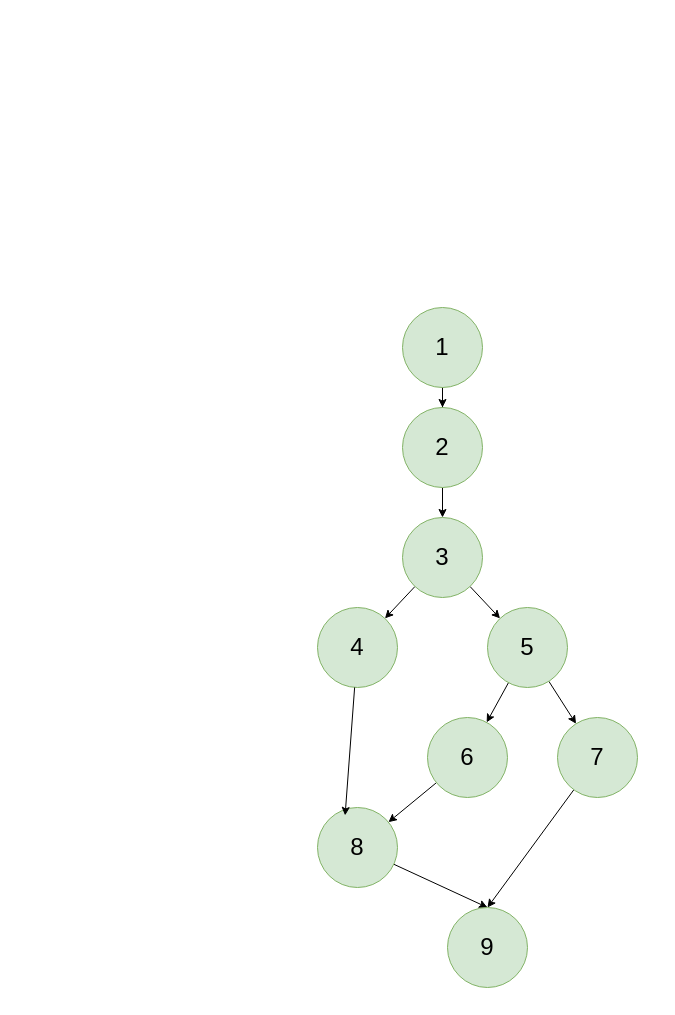
Earlier version of the draw.io diagram page "validasi input" (1 of 5) of bpt testing.drawio (ThikerXCX/umltoko). Source tidied: cells renumbered, new cells numbered last; positions are measured from the earlier drawing's top-left corner, leaving out a move shared by most shapes. Both pictures are drawn from the tidied source at 100%, with x=0, y=0 at pixel (317, 307).
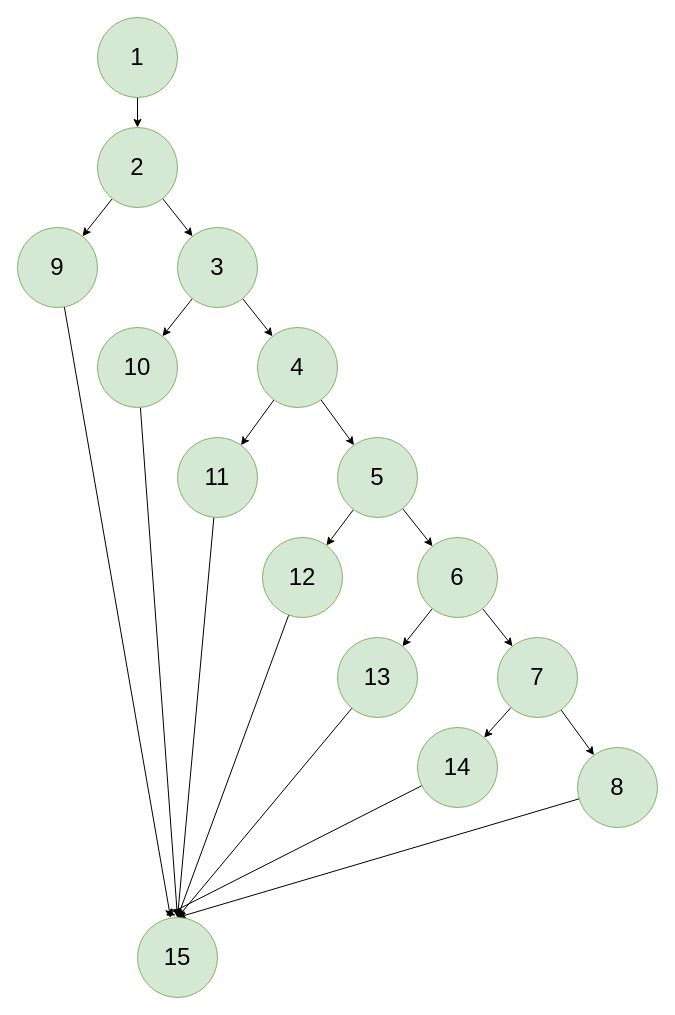
After the change.

The edit, as a diff of the source:
```diff
@@
+    <mxCell id="3" style="edgeStyle=orthogonalEdgeStyle;rounded=0;jettySize=auto;html=1;startArrow=classic;startFill=1;endArrow=none;endFill=0;" parent="1" edge="1" source="4" target="16">
+      <mxGeometry relative="1" as="geometry" />
+    </mxCell>
+    <mxCell id="21" style="rounded=0;jettySize=auto;html=1;" parent="1" edge="1" source="4" target="20">
+      <mxGeometry relative="1" as="geometry" />
+    </mxCell>
-    <mxCell id="2" style="edgeStyle=orthogonalEdgeStyle;rounded=0;jettySize=auto;html=1;" parent="1" edge="1" source="4" target="7">
+    <mxCell id="2" style="rounded=0;jettySize=auto;html=1;" parent="1" edge="1" source="4" target="7">
       <mxGeometry relative="1" as="geometry" />
     </mxCell>
-    <mxCell id="3" style="edgeStyle=orthogonalEdgeStyle;rounded=0;jettySize=auto;html=1;startArrow=classic;startFill=1;endArrow=none;endFill=0;" parent="1" edge="1" source="4" target="16">
-      <mxGeometry relative="1" as="geometry" />
-    </mxCell>
     <mxCell id="4" value="&lt;font style=&quot;font-size: 24px;&quot;&gt;2&lt;/font&gt;" style="ellipse;whiteSpace=wrap;html=1;fillColor=#d5e8d4;strokeColor=#82b366;" parent="1" vertex="1">
-      <mxGeometry x="85" y="100" width="80" height="80" as="geometry" />
+      <mxGeometry x="-220" y="-180" width="80" height="80" as="geometry" />
     </mxCell>
+    <mxCell id="16" value="&lt;font style=&quot;font-size: 24px;&quot;&gt;1&lt;/font&gt;" style="ellipse;whiteSpace=wrap;html=1;fillColor=#d5e8d4;strokeColor=#82b366;" parent="1" vertex="1">
+      <mxGeometry x="-220" y="-290" width="80" height="80" as="geometry" />
+    </mxCell>
+    <mxCell id="22" style="rounded=0;jettySize=auto;html=1;" parent="1" edge="1" source="20" target="42">
+      <mxGeometry relative="1" as="geometry" />
+    </mxCell>
+    <mxCell id="20" value="&lt;font style=&quot;font-size: 24px;&quot;&gt;9&lt;/font&gt;" style="ellipse;whiteSpace=wrap;html=1;fillColor=#d5e8d4;strokeColor=#82b366;" parent="1" vertex="1">
+      <mxGeometry x="-300" y="-80" width="80" height="80" as="geometry" />
+    </mxCell>
@@
-    <mxCell id="6" style="rounded=0;jettySize=auto;html=1;" parent="1" edge="1" source="7" target="11">
-      <mxGeometry relative="1" as="geometry" />
-    </mxCell>
+    <mxCell id="23" style="rounded=0;jettySize=auto;html=1;" parent="1" edge="1" source="7" target="27">
+      <mxGeometry relative="1" as="geometry" />
+    </mxCell>
-    <mxCell id="7" value="&lt;font style=&quot;font-size: 24px;&quot;&gt;3&lt;/font&gt;" style="ellipse;whiteSpace=wrap;html=1;fillColor=#d5e8d4;strokeColor=#82b366;" parent="1" vertex="1">
-      <mxGeometry x="85" y="210" width="80" height="80" as="geometry" />
+    <mxCell id="7" value="&lt;span style=&quot;font-size: 24px;&quot;&gt;3&lt;/span&gt;" style="ellipse;whiteSpace=wrap;html=1;fillColor=#d5e8d4;strokeColor=#82b366;" parent="1" vertex="1">
+      <mxGeometry x="-140" y="-80" width="80" height="80" as="geometry" />
     </mxCell>
+    <mxCell id="24" style="rounded=0;jettySize=auto;html=1;" parent="1" edge="1" source="8" target="11">
+      <mxGeometry relative="1" as="geometry" />
+    </mxCell>
+    <mxCell id="25" style="rounded=0;jettySize=auto;html=1;" parent="1" edge="1" source="8" target="35">
+      <mxGeometry relative="1" as="geometry" />
+    </mxCell>
-    <mxCell id="8" value="&lt;font style=&quot;font-size: 24px;&quot;&gt;4&lt;/font&gt;" style="ellipse;whiteSpace=wrap;html=1;fillColor=#d5e8d4;strokeColor=#82b366;" parent="1" vertex="1">
-      <mxGeometry y="300" width="80" height="80" as="geometry" />
+    <mxCell id="8" value="&lt;span style=&quot;font-size: 24px;&quot;&gt;4&lt;/span&gt;" style="ellipse;whiteSpace=wrap;html=1;fillColor=#d5e8d4;strokeColor=#82b366;" parent="1" vertex="1">
+      <mxGeometry x="-60" y="20" width="80" height="80" as="geometry" />
     </mxCell>
+    <mxCell id="26" style="rounded=0;jettySize=auto;html=1;entryX=0.5;entryY=0;entryDx=0;entryDy=0;" parent="1" edge="1" source="27" target="42">
+      <mxGeometry relative="1" as="geometry" />
+    </mxCell>
+    <mxCell id="27" value="&lt;span style=&quot;font-size: 24px;&quot;&gt;10&lt;/span&gt;" style="ellipse;whiteSpace=wrap;html=1;fillColor=#d5e8d4;strokeColor=#82b366;" parent="1" vertex="1">
+      <mxGeometry x="-220" y="20" width="80" height="80" as="geometry" />
+    </mxCell>
@@
-    <mxCell id="10" style="rounded=0;jettySize=auto;html=1;" parent="1" edge="1" source="11" target="15">
-      <mxGeometry relative="1" as="geometry" />
-    </mxCell>
+    <mxCell id="28" style="rounded=0;jettySize=auto;html=1;" parent="1" edge="1" source="11" target="37">
+      <mxGeometry relative="1" as="geometry" />
+    </mxCell>
-    <mxCell id="11" value="&lt;font style=&quot;font-size: 24px;&quot;&gt;5&lt;/font&gt;" style="ellipse;whiteSpace=wrap;html=1;fillColor=#d5e8d4;strokeColor=#82b366;" parent="1" vertex="1">
-      <mxGeometry x="170" y="300" width="80" height="80" as="geometry" />
+    <mxCell id="11" value="&lt;span style=&quot;font-size: 24px;&quot;&gt;5&lt;/span&gt;" style="ellipse;whiteSpace=wrap;html=1;fillColor=#d5e8d4;strokeColor=#82b366;" parent="1" vertex="1">
+      <mxGeometry x="20" y="130" width="80" height="80" as="geometry" />
     </mxCell>
-    <mxCell id="12" style="rounded=0;jettySize=auto;html=1;" parent="1" edge="1" source="13" target="18">
-      <mxGeometry relative="1" as="geometry" />
-    </mxCell>
+    <mxCell id="29" style="rounded=0;jettySize=auto;html=1;" parent="1" edge="1" source="13" target="15">
+      <mxGeometry relative="1" as="geometry" />
+    </mxCell>
+    <mxCell id="30" style="rounded=0;jettySize=auto;html=1;" parent="1" edge="1" source="13" target="39">
+      <mxGeometry relative="1" as="geometry" />
+    </mxCell>
-    <mxCell id="13" value="&lt;font style=&quot;font-size: 24px;&quot;&gt;6&lt;/font&gt;" style="ellipse;whiteSpace=wrap;html=1;fillColor=#d5e8d4;strokeColor=#82b366;" parent="1" vertex="1">
-      <mxGeometry x="110" y="410" width="80" height="80" as="geometry" />
+    <mxCell id="13" value="&lt;span style=&quot;font-size: 24px;&quot;&gt;6&lt;/span&gt;" style="ellipse;whiteSpace=wrap;html=1;fillColor=#d5e8d4;strokeColor=#82b366;" parent="1" vertex="1">
+      <mxGeometry x="100" y="230" width="80" height="80" as="geometry" />
     </mxCell>
-    <mxCell id="14" style="rounded=0;jettySize=auto;html=1;entryX=0.5;entryY=0;entryDx=0;entryDy=0;" parent="1" edge="1" source="15" target="20">
-      <mxGeometry relative="1" as="geometry" />
-    </mxCell>
+    <mxCell id="31" style="rounded=0;jettySize=auto;html=1;" parent="1" edge="1" source="15" target="18">
+      <mxGeometry relative="1" as="geometry" />
+    </mxCell>
+    <mxCell id="32" style="rounded=0;jettySize=auto;html=1;" parent="1" edge="1" source="15" target="41">
+      <mxGeometry relative="1" as="geometry" />
+    </mxCell>
-    <mxCell id="15" value="&lt;font style=&quot;font-size: 24px;&quot;&gt;7&lt;/font&gt;" style="ellipse;whiteSpace=wrap;html=1;fillColor=#d5e8d4;strokeColor=#82b366;" parent="1" vertex="1">
-      <mxGeometry x="240" y="410" width="80" height="80" as="geometry" />
+    <mxCell id="15" value="&lt;span style=&quot;font-size: 24px;&quot;&gt;7&lt;/span&gt;" style="ellipse;whiteSpace=wrap;html=1;fillColor=#d5e8d4;strokeColor=#82b366;" parent="1" vertex="1">
+      <mxGeometry x="180" y="330" width="80" height="80" as="geometry" />
     </mxCell>
-    <mxCell id="16" value="&lt;font style=&quot;font-size: 24px;&quot;&gt;1&lt;/font&gt;" style="ellipse;whiteSpace=wrap;html=1;fillColor=#d5e8d4;strokeColor=#82b366;" parent="1" vertex="1">
-      <mxGeometry x="85" width="80" height="80" as="geometry" />
-    </mxCell>
-    <mxCell id="17" style="rounded=0;jettySize=auto;html=1;entryX=0.5;entryY=0;entryDx=0;entryDy=0;" parent="1" edge="1" source="18" target="20">
-      <mxGeometry relative="1" as="geometry" />
-    </mxCell>
+    <mxCell id="33" style="rounded=0;jettySize=auto;html=1;entryX=0.5;entryY=0;entryDx=0;entryDy=0;" parent="1" edge="1" source="18" target="42">
+      <mxGeometry relative="1" as="geometry" />
+    </mxCell>
-    <mxCell id="18" value="&lt;font style=&quot;font-size: 24px;&quot;&gt;8&lt;/font&gt;" style="ellipse;whiteSpace=wrap;html=1;fillColor=#d5e8d4;strokeColor=#82b366;" parent="1" vertex="1">
-      <mxGeometry y="500" width="80" height="80" as="geometry" />
+    <mxCell id="18" value="&lt;span style=&quot;font-size: 24px;&quot;&gt;8&lt;/span&gt;" style="ellipse;whiteSpace=wrap;html=1;fillColor=#d5e8d4;strokeColor=#82b366;" parent="1" vertex="1">
+      <mxGeometry x="260" y="440" width="80" height="80" as="geometry" />
     </mxCell>
-    <mxCell id="19" style="rounded=0;jettySize=auto;html=1;entryX=0.345;entryY=0.099;entryDx=0;entryDy=0;entryPerimeter=0;" parent="1" edge="1" source="8" target="18">
-      <mxGeometry relative="1" as="geometry" />
-    </mxCell>
-    <mxCell id="20" value="&lt;span style=&quot;font-size: 24px;&quot;&gt;9&lt;/span&gt;" style="ellipse;whiteSpace=wrap;html=1;fillColor=#d5e8d4;strokeColor=#82b366;" parent="1" vertex="1">
-      <mxGeometry x="130" y="600" width="80" height="80" as="geometry" />
-    </mxCell>
+    <mxCell id="34" style="rounded=0;jettySize=auto;html=1;entryX=0.5;entryY=0;entryDx=0;entryDy=0;" parent="1" edge="1" source="35" target="42">
+      <mxGeometry relative="1" as="geometry" />
+    </mxCell>
+    <mxCell id="35" value="&lt;span style=&quot;font-size: 24px;&quot;&gt;11&lt;/span&gt;" style="ellipse;whiteSpace=wrap;html=1;fillColor=#d5e8d4;strokeColor=#82b366;" parent="1" vertex="1">
+      <mxGeometry x="-140" y="130" width="80" height="80" as="geometry" />
+    </mxCell>
+    <mxCell id="36" style="rounded=0;jettySize=auto;html=1;entryX=0.5;entryY=0;entryDx=0;entryDy=0;" parent="1" edge="1" source="37" target="42">
+      <mxGeometry relative="1" as="geometry" />
+    </mxCell>
+    <mxCell id="37" value="&lt;span style=&quot;font-size: 24px;&quot;&gt;12&lt;/span&gt;" style="ellipse;whiteSpace=wrap;html=1;fillColor=#d5e8d4;strokeColor=#82b366;" parent="1" vertex="1">
+      <mxGeometry x="-55" y="230" width="80" height="80" as="geometry" />
+    </mxCell>
+    <mxCell id="38" style="rounded=0;jettySize=auto;html=1;entryX=0.5;entryY=0;entryDx=0;entryDy=0;" parent="1" edge="1" source="39" target="42">
+      <mxGeometry relative="1" as="geometry" />
+    </mxCell>
+    <mxCell id="39" value="&lt;span style=&quot;font-size: 24px;&quot;&gt;13&lt;/span&gt;" style="ellipse;whiteSpace=wrap;html=1;fillColor=#d5e8d4;strokeColor=#82b366;" parent="1" vertex="1">
+      <mxGeometry x="20" y="330" width="80" height="80" as="geometry" />
+    </mxCell>
+    <mxCell id="40" style="rounded=0;jettySize=auto;html=1;entryX=0.354;entryY=-0.024;entryDx=0;entryDy=0;entryPerimeter=0;" parent="1" edge="1" source="41" target="42">
+      <mxGeometry relative="1" as="geometry" />
+    </mxCell>
+    <mxCell id="41" value="&lt;span style=&quot;font-size: 24px;&quot;&gt;14&lt;/span&gt;" style="ellipse;whiteSpace=wrap;html=1;fillColor=#d5e8d4;strokeColor=#82b366;" parent="1" vertex="1">
+      <mxGeometry x="100" y="420" width="80" height="80" as="geometry" />
+    </mxCell>
+    <mxCell id="42" value="&lt;font style=&quot;font-size: 24px;&quot;&gt;15&lt;/font&gt;" style="ellipse;whiteSpace=wrap;html=1;fillColor=#d5e8d4;strokeColor=#82b366;" parent="1" vertex="1">
+      <mxGeometry x="-180" y="610" width="80" height="80" as="geometry" />
+    </mxCell>
```
